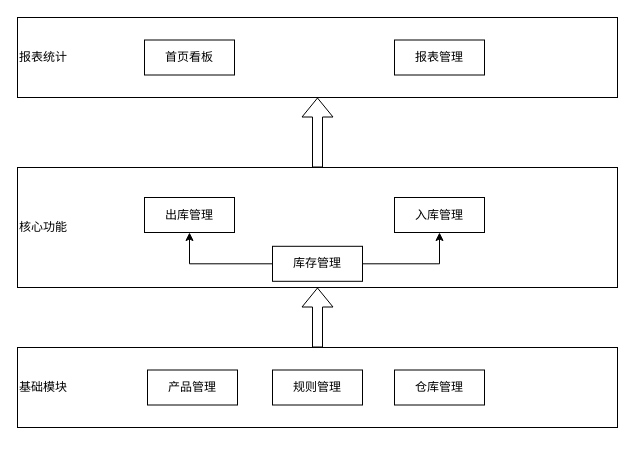
Before: wms 架构.drawio in zhchenxin/flow, a draw.io diagram. Source tidied: cells renumbered, new cells numbered last; positions are measured from the earlier drawing's top-left corner, leaving out a move shared by most shapes. Both pictures are drawn from the tidied source at 100%, with x=0, y=0 at pixel (17, 17).
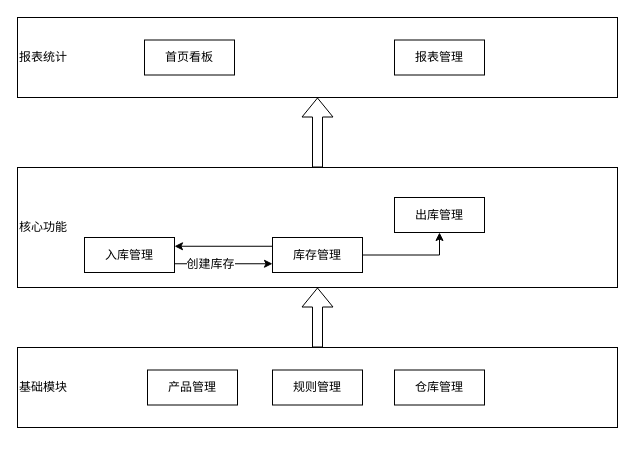
Above is the later version.

The change refers to these unchanged cells:
```xml
<mxCell id="3" style="group;" parent="1" vertex="1">
  <mxGeometry y="150" width="600" height="120" as="geometry" />
</mxCell>
```

Diff of the diagram source:
```diff
@@
+    <mxCell id="21" style="edgeStyle=orthogonalEdgeStyle;rounded=0;jettySize=auto;html=1;exitX=1;exitY=0.75;exitDx=0;exitDy=0;entryX=0;entryY=0.75;entryDx=0;entryDy=0;" parent="3" edge="1" source="5" target="7">
+      <mxGeometry relative="1" as="geometry" />
+    </mxCell>
+    <mxCell id="22" value="创建库存" style="text;html=1;align=center;verticalAlign=middle;labelBackgroundColor=#ffffff;" parent="21" vertex="1">
+      <mxGeometry x="-0.29" relative="1" as="geometry" />
+    </mxCell>
-    <mxCell id="5" value="出库管理" style="rounded=0;whiteSpace=wrap;html=1;" parent="3" vertex="1">
-      <mxGeometry x="127" y="30" width="90" height="35" as="geometry" />
+    <mxCell id="5" value="入库管理" style="rounded=0;whiteSpace=wrap;html=1;" parent="3" vertex="1">
+      <mxGeometry x="67" y="70" width="90" height="35" as="geometry" />
     </mxCell>
-    <mxCell id="6" value="入库管理" style="rounded=0;whiteSpace=wrap;html=1;" parent="3" vertex="1">
+    <mxCell id="6" value="出库管理" style="rounded=0;whiteSpace=wrap;html=1;" parent="3" vertex="1">
       <mxGeometry x="377" y="30" width="90" height="35" as="geometry" />
     </mxCell>
     <mxCell id="7" value="库存管理" style="rounded=0;whiteSpace=wrap;html=1;" parent="3" vertex="1">
-      <mxGeometry x="255" y="78.8" width="90" height="35" as="geometry" />
+      <mxGeometry x="255" y="70" width="90" height="35" as="geometry" />
     </mxCell>
-    <mxCell id="8" style="edgeStyle=orthogonalEdgeStyle;rounded=0;jettySize=auto;html=1;exitX=0;exitY=0.5;exitDx=0;exitDy=0;entryX=0.5;entryY=1;entryDx=0;entryDy=0;" parent="3" edge="1" source="7" target="5">
+    <mxCell id="8" style="rounded=0;jettySize=auto;html=1;exitX=0;exitY=0.25;exitDx=0;exitDy=0;entryX=1;entryY=0.25;entryDx=0;entryDy=0;edgeStyle=orthogonalEdgeStyle;" parent="3" edge="1" source="7" target="5">
       <mxGeometry relative="1" as="geometry" />
     </mxCell>
```
